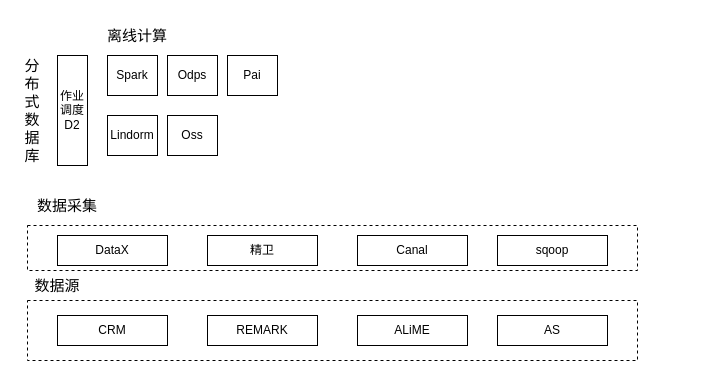
Before: VocTagArc.drawio in zorrock/008azank, a draw.io diagram. Source tidied: cells renumbered, new cells numbered last; positions are measured from the earlier drawing's top-left corner, leaving out a move shared by most shapes. Both pictures are drawn from the tidied source at 100%, with x=0, y=0 at pixel (17, 25).
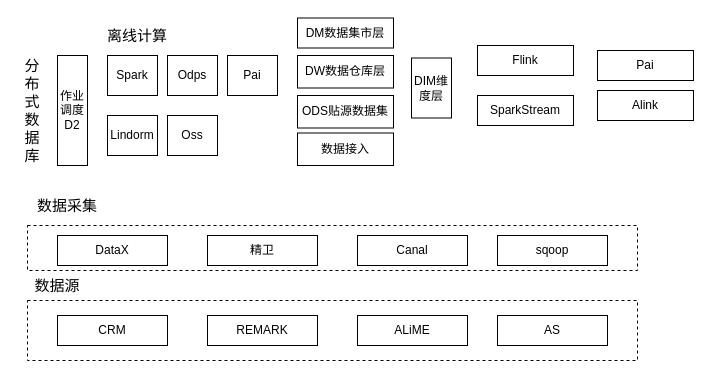
The same page after the edit.

Diff of the diagram source:
```diff
@@
+    <mxCell id="22" value="DM数据集市层" style="rounded=0;whiteSpace=wrap;html=1;" parent="1" vertex="1">
+      <mxGeometry x="280" y="-7.5" width="96" height="30" as="geometry" />
+    </mxCell>
+    <mxCell id="23" value="DW数据仓库层" style="rounded=0;whiteSpace=wrap;html=1;" parent="1" vertex="1">
+      <mxGeometry x="280" y="30" width="96" height="32.5" as="geometry" />
+    </mxCell>
+    <mxCell id="24" value="ODS贴源数据集" style="rounded=0;whiteSpace=wrap;html=1;" parent="1" vertex="1">
+      <mxGeometry x="280" y="70" width="96" height="32.5" as="geometry" />
+    </mxCell>
+    <mxCell id="25" value="数据接入" style="rounded=0;whiteSpace=wrap;html=1;" parent="1" vertex="1">
+      <mxGeometry x="280" y="107.5" width="96" height="32.5" as="geometry" />
+    </mxCell>
+    <mxCell id="26" value="DIM维度层" style="rounded=0;whiteSpace=wrap;html=1;" parent="1" vertex="1">
+      <mxGeometry x="394" y="32.5" width="40" height="60" as="geometry" />
+    </mxCell>
+    <mxCell id="27" value="Flink" style="rounded=0;whiteSpace=wrap;html=1;" parent="1" vertex="1">
+      <mxGeometry x="460" y="20" width="96" height="30" as="geometry" />
+    </mxCell>
+    <mxCell id="28" value="SparkStream" style="rounded=0;whiteSpace=wrap;html=1;" parent="1" vertex="1">
+      <mxGeometry x="460" y="70" width="96" height="30" as="geometry" />
+    </mxCell>
+    <mxCell id="29" value="Alink" style="rounded=0;whiteSpace=wrap;html=1;" parent="1" vertex="1">
+      <mxGeometry x="580" y="65" width="96" height="30" as="geometry" />
+    </mxCell>
+    <mxCell id="30" value="Pai" style="rounded=0;whiteSpace=wrap;html=1;" parent="1" vertex="1">
+      <mxGeometry x="580" y="25" width="96" height="30" as="geometry" />
+    </mxCell>
```
